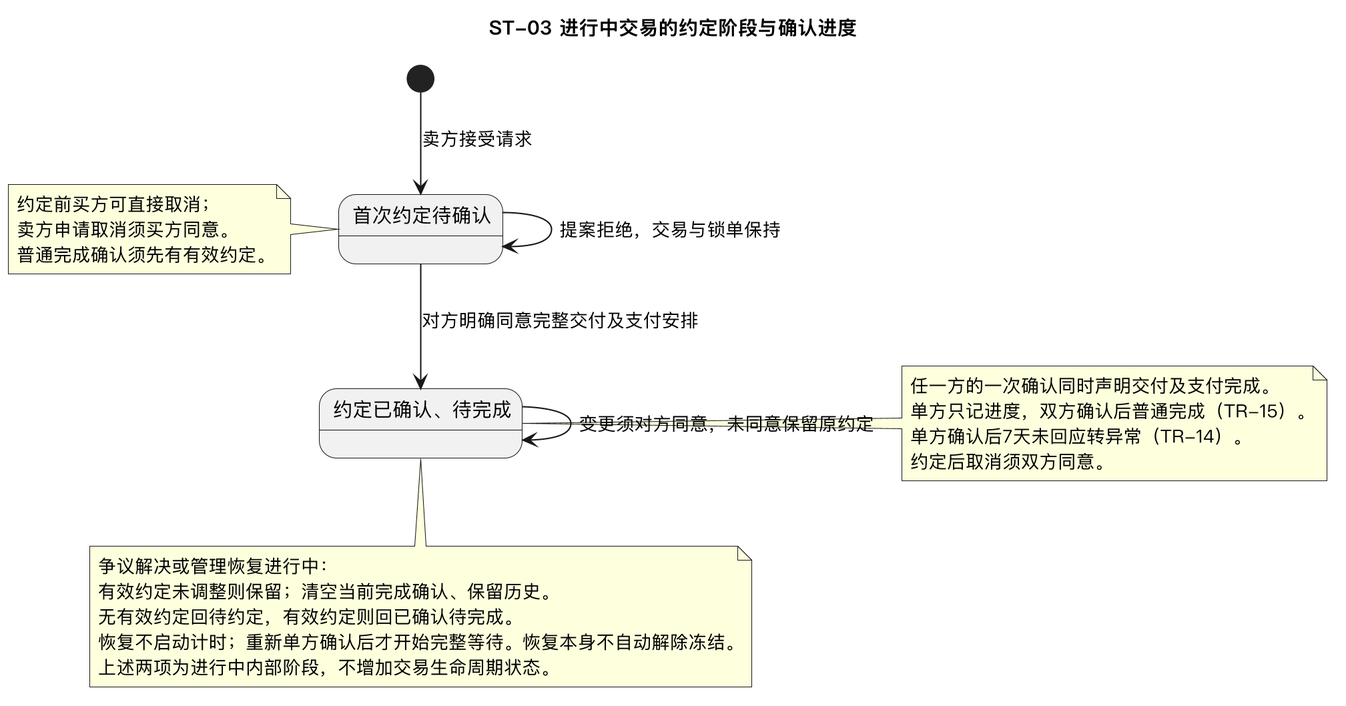
iy88/se-course-project-1 keeps this PlantUML diagram as docs/appendices/rendered/ST-03-交易约定与确认进度.png. Above is the earlier version. Its diagram source:
```plantuml
@startuml
skinparamlocked dpi 200
skinparam defaultFontName "PingFang SC"
skinparam shadowing false
skinparam classAttributeIconSize 0
skinparam nodesep 35
skinparam ranksep 45
hide empty members
title ST-03 进行中交易的约定阶段与确认进度
state "首次约定待确认" as AwaitAgreement
state "约定已确认、待完成" as AwaitCompletion
[*] --> AwaitAgreement : 卖方接受请求
AwaitAgreement --> AwaitAgreement : 提案拒绝，交易与锁单保持
AwaitAgreement --> AwaitCompletion : 对方明确同意完整交付及支付安排
AwaitCompletion --> AwaitCompletion : 变更须对方同意，未同意保留原约定
note left of AwaitAgreement
约定前买方可直接取消；
卖方申请取消须买方同意。
普通完成确认须先有有效约定。
end note
note right of AwaitCompletion
任一方的一次确认同时声明交付及支付完成。
单方只记进度，双方确认后普通完成（TR-15）。
单方确认后7天未回应转异常（TR-14）。
约定后取消须双方同意。
end note
note bottom of AwaitCompletion
争议解决或管理恢复进行中：
有效约定未调整则保留；清空当前完成确认、保留历史。
无有效约定回待约定，有效约定则回已确认待完成。
恢复不启动计时；重新单方确认后才开始完整等待。恢复本身不自动解除冻结。
上述两项为进行中内部阶段，不增加交易生命周期状态。
end note
@enduml
```
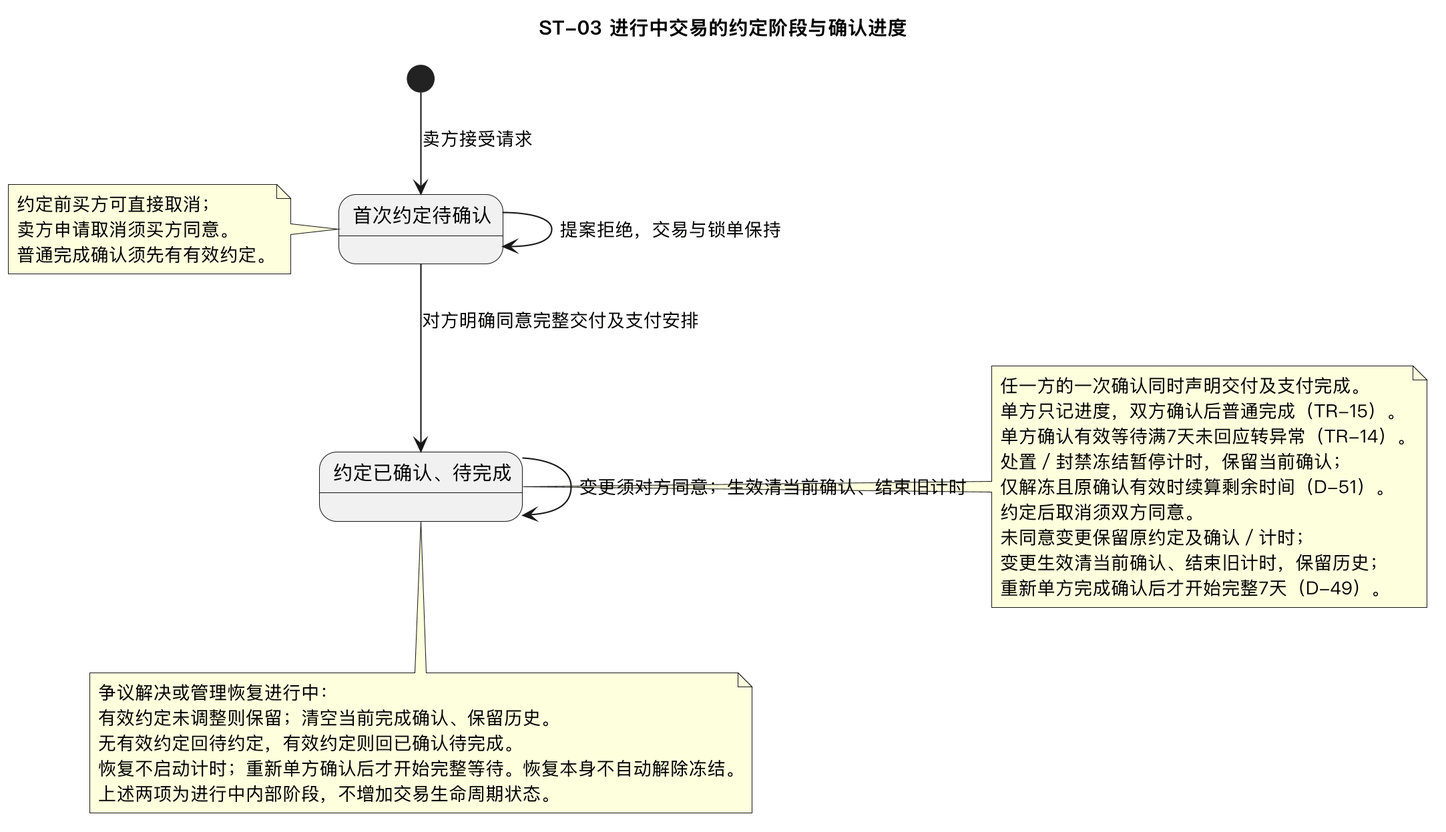
After the commit.

What changed in the source:
```diff
@@ -12,7 +12,7 @@
 [*] --> AwaitAgreement : 卖方接受请求
 AwaitAgreement --> AwaitAgreement : 提案拒绝，交易与锁单保持
 AwaitAgreement --> AwaitCompletion : 对方明确同意完整交付及支付安排
-AwaitCompletion --> AwaitCompletion : 变更须对方同意，未同意保留原约定
+AwaitCompletion --> AwaitCompletion : 变更须对方同意；生效清当前确认、结束旧计时
 note left of AwaitAgreement
 约定前买方可直接取消；
 卖方申请取消须买方同意。
@@ -21,8 +21,13 @@
 note right of AwaitCompletion
 任一方的一次确认同时声明交付及支付完成。
 单方只记进度，双方确认后普通完成（TR-15）。
-单方确认后7天未回应转异常（TR-14）。
+单方确认有效等待满7天未回应转异常（TR-14）。
+处置／封禁冻结暂停计时，保留当前确认；
+仅解冻且原确认有效时续算剩余时间（D-51）。
 约定后取消须双方同意。
+未同意变更保留原约定及确认／计时；
+变更生效清当前确认、结束旧计时，保留历史；
+重新单方完成确认后才开始完整7天（D-49）。
 end note
 note bottom of AwaitCompletion
 争议解决或管理恢复进行中：
```
